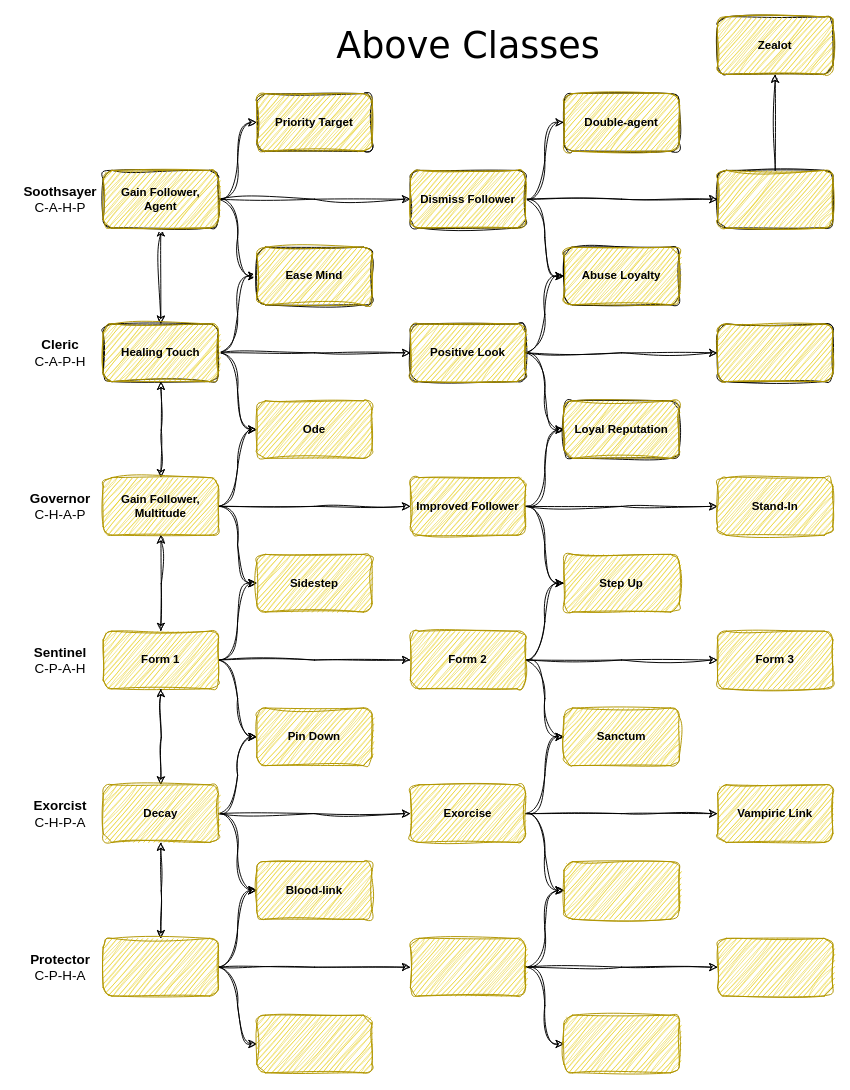
Earlier version of the draw.io diagram handbook/class_trees/above_classes_diagram.drawio (njs992/nialls_adventure_game). Source tidied: cells renumbered, new cells numbered last; positions are measured from the earlier drawing's top-left corner, leaving out a move shared by most shapes. Both pictures are drawn from the tidied source at 96%, with x=0, y=0 at pixel (16, 16).
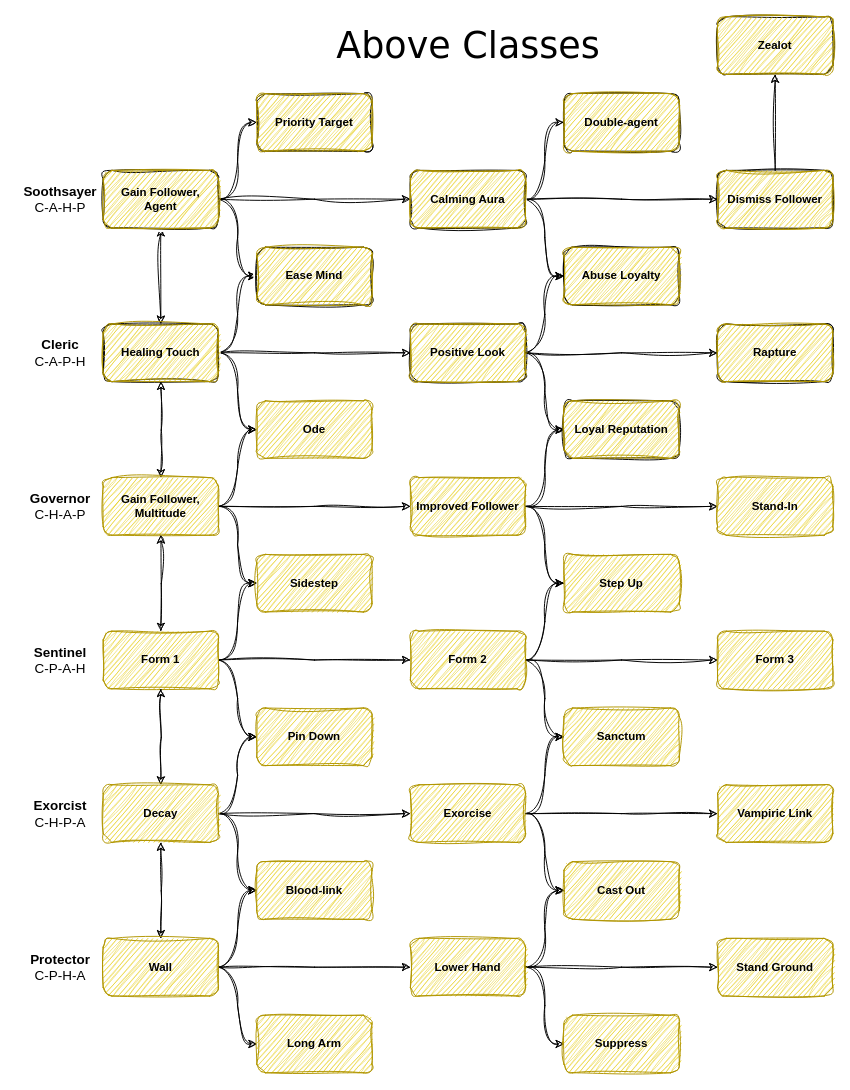
After the change.

The edit, as a diff of the source:
```diff
@@
-    <mxCell id="36" style="rounded=1;whiteSpace=wrap;html=1;labelBackgroundColor=none;fillColor=#e3c800;strokeColor=#B09500;fontColor=default;fontStyle=1;sketch=1;curveFitting=1;jiggle=2;" parent="1" vertex="1">
+    <mxCell id="36" value="Wall" style="rounded=1;whiteSpace=wrap;html=1;labelBackgroundColor=none;fillColor=#e3c800;strokeColor=#B09500;fontColor=default;fontStyle=1;sketch=1;curveFitting=1;jiggle=2;" parent="1" vertex="1">
       <mxGeometry x="90" y="960" width="120" height="60" as="geometry" />
     </mxCell>
@@
-    <mxCell id="38" style="rounded=1;whiteSpace=wrap;html=1;labelBackgroundColor=none;fillColor=#e3c800;strokeColor=#B09500;fontColor=default;fontStyle=1;sketch=1;curveFitting=1;jiggle=2;" parent="1" vertex="1">
+    <mxCell id="38" value="Long Arm" style="rounded=1;whiteSpace=wrap;html=1;labelBackgroundColor=none;fillColor=#e3c800;strokeColor=#B09500;fontColor=default;fontStyle=1;sketch=1;curveFitting=1;jiggle=2;" parent="1" vertex="1">
       <mxGeometry x="250" y="1040" width="120" height="60" as="geometry" />
     </mxCell>
@@
-    <mxCell id="67" style="rounded=1;whiteSpace=wrap;html=1;labelBackgroundColor=none;fillColor=#e3c800;strokeColor=#B09500;fontColor=default;fontStyle=1;sketch=1;curveFitting=1;jiggle=2;" parent="1" vertex="1">
+    <mxCell id="67" value="Lower Hand" style="rounded=1;whiteSpace=wrap;html=1;labelBackgroundColor=none;fillColor=#e3c800;strokeColor=#B09500;fontColor=default;fontStyle=1;sketch=1;curveFitting=1;jiggle=2;" parent="1" vertex="1">
       <mxGeometry x="410" y="960" width="120" height="60" as="geometry" />
     </mxCell>
-    <mxCell id="68" style="rounded=1;whiteSpace=wrap;html=1;labelBackgroundColor=none;fillColor=#e3c800;strokeColor=#B09500;fontColor=default;fontStyle=1;sketch=1;curveFitting=1;jiggle=2;" parent="1" vertex="1">
+    <mxCell id="68" value="Cast Out" style="rounded=1;whiteSpace=wrap;html=1;labelBackgroundColor=none;fillColor=#e3c800;strokeColor=#B09500;fontColor=default;fontStyle=1;sketch=1;curveFitting=1;jiggle=2;" parent="1" vertex="1">
       <mxGeometry x="570" y="880" width="120" height="60" as="geometry" />
     </mxCell>
-    <mxCell id="69" style="rounded=1;whiteSpace=wrap;html=1;labelBackgroundColor=none;fillColor=#e3c800;strokeColor=#B09500;fontColor=default;fontStyle=1;sketch=1;curveFitting=1;jiggle=2;" parent="1" vertex="1">
+    <mxCell id="69" value="Suppress" style="rounded=1;whiteSpace=wrap;html=1;labelBackgroundColor=none;fillColor=#e3c800;strokeColor=#B09500;fontColor=default;fontStyle=1;sketch=1;curveFitting=1;jiggle=2;" parent="1" vertex="1">
       <mxGeometry x="570" y="1040" width="120" height="60" as="geometry" />
     </mxCell>
@@
-    <mxCell id="76" style="rounded=1;whiteSpace=wrap;html=1;labelBackgroundColor=none;fillColor=#e3c800;strokeColor=#B09500;fontColor=default;fontStyle=1;sketch=1;curveFitting=1;jiggle=2;" parent="1" vertex="1">
+    <mxCell id="76" value="Stand Ground" style="rounded=1;whiteSpace=wrap;html=1;labelBackgroundColor=none;fillColor=#e3c800;strokeColor=#B09500;fontColor=default;fontStyle=1;sketch=1;curveFitting=1;jiggle=2;" parent="1" vertex="1">
       <mxGeometry x="730" y="960" width="120" height="60" as="geometry" />
     </mxCell>
@@
-    <mxCell id="81" value="Dismiss Follower" style="rounded=1;whiteSpace=wrap;html=1;labelBackgroundColor=none;fillColor=#e3c800;strokeColor=#B09500;fontColor=default;fontStyle=1;sketch=1;curveFitting=1;jiggle=2;" parent="1" vertex="1">
+    <mxCell id="81" value="Calming Aura" style="rounded=1;whiteSpace=wrap;html=1;labelBackgroundColor=none;fillColor=#e3c800;strokeColor=#B09500;fontColor=default;fontStyle=1;sketch=1;curveFitting=1;jiggle=2;" parent="1" vertex="1">
       <mxGeometry x="410" y="160" width="120" height="60" as="geometry" />
     </mxCell>
@@
-    <mxCell id="84" style="rounded=1;whiteSpace=wrap;html=1;labelBackgroundColor=none;fillColor=#e3c800;strokeColor=#B09500;fontColor=default;fontStyle=1;sketch=1;curveFitting=1;jiggle=2;" parent="1" vertex="1">
+    <mxCell id="84" value="Dismiss Follower" style="rounded=1;whiteSpace=wrap;html=1;labelBackgroundColor=none;fillColor=#e3c800;strokeColor=#B09500;fontColor=default;fontStyle=1;sketch=1;curveFitting=1;jiggle=2;" parent="1" vertex="1">
       <mxGeometry x="730" y="160" width="120" height="60" as="geometry" />
     </mxCell>
@@
-    <mxCell id="88" style="rounded=1;whiteSpace=wrap;html=1;labelBackgroundColor=none;fillColor=#e3c800;strokeColor=#B09500;fontColor=default;fontStyle=1;sketch=1;curveFitting=1;jiggle=2;" parent="1" vertex="1">
+    <mxCell id="88" value="Rapture" style="rounded=1;whiteSpace=wrap;html=1;labelBackgroundColor=none;fillColor=#e3c800;strokeColor=#B09500;fontColor=default;fontStyle=1;sketch=1;curveFitting=1;jiggle=2;" parent="1" vertex="1">
       <mxGeometry x="730" y="320" width="120" height="60" as="geometry" />
     </mxCell>
```
